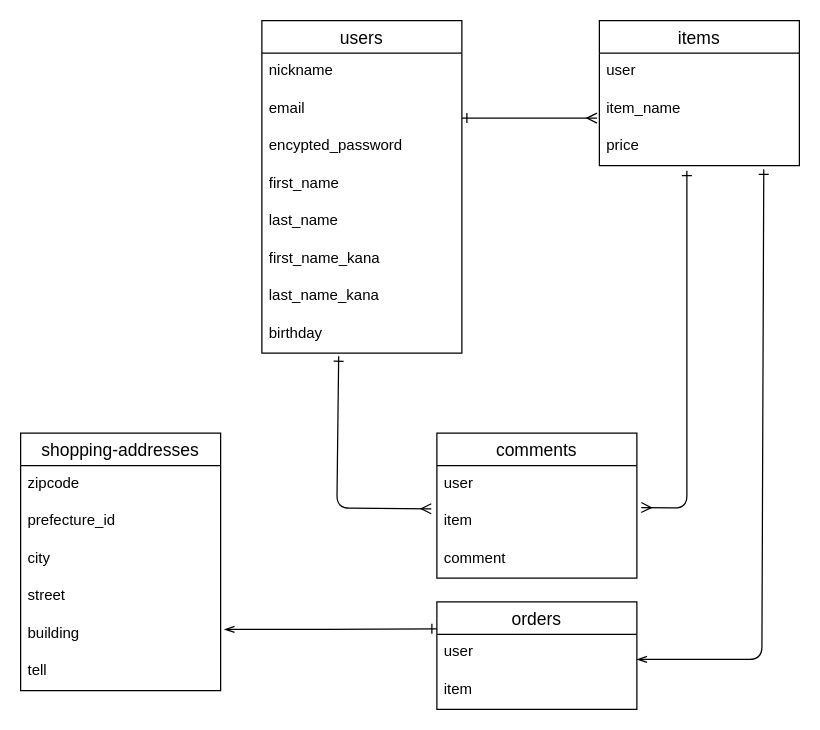
Above: test.dio in manami0624/furima-39355 (draw.io), before the change. Source tidied: cells renumbered, new cells numbered last; positions are measured from the earlier drawing's top-left corner, leaving out a move shared by most shapes. Both pictures are drawn from the tidied source at 125%, with x=0, y=0 at pixel (20, 20).
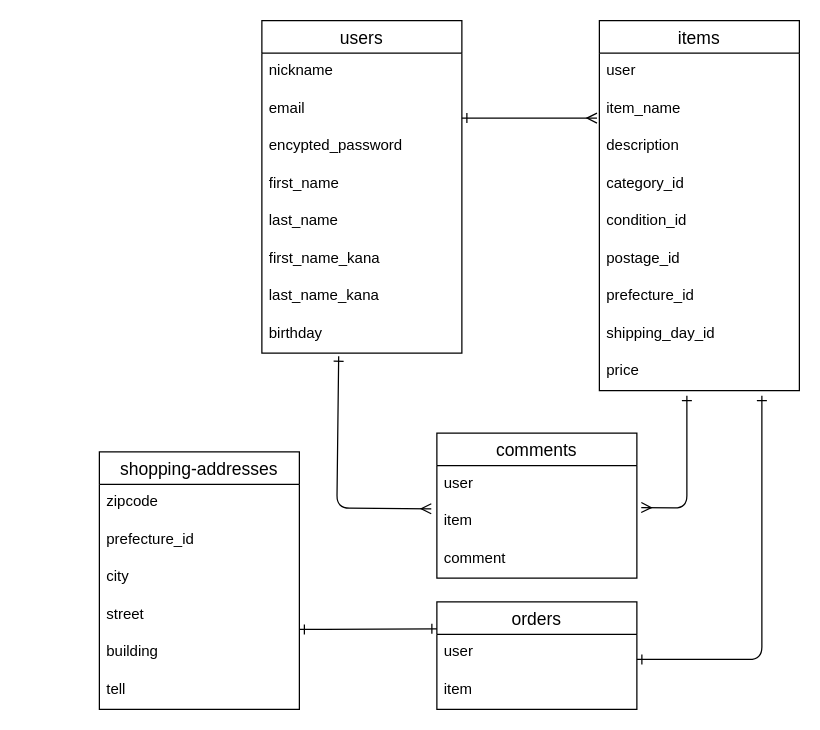
Above is the later version.

The change refers to these unchanged cells:
```xml
<mxCell id="7" value="item" style="text;strokeColor=none;fillColor=none;spacingLeft=4;spacingRight=4;overflow=hidden;points=[[0,0.5],[1,0.5]];portConstraint=eastwest;fontSize=12;" parent="5" vertex="1">
  <mxGeometry y="56" width="160" height="30" as="geometry" />
</mxCell>
<mxCell id="22" value="orders" style="swimlane;fontStyle=0;horizontal=1;startSize=26;align=center;fontSize=14;" parent="1" vertex="1">
  <mxGeometry x="333" y="465" width="160" height="86" as="geometry" />
</mxCell>
```

Diff of the diagram source:
```diff
@@
     <mxCell id="4" style="edgeStyle=none;html=1;startArrow=ERone;startFill=0;endArrow=ERmany;endFill=0;entryX=1.022;entryY=0.117;entryDx=0;entryDy=0;entryPerimeter=0;" parent="1" edge="1" target="7">
       <mxGeometry relative="1" as="geometry">
-        <mxPoint x="533" y="120" as="sourcePoint" />
+        <mxPoint x="533" y="300" as="sourcePoint" />
         <Array as="points">
           <mxPoint x="533" y="390" />
         </Array>
       </mxGeometry>
     </mxCell>
@@
     <mxCell id="9" value="items" style="swimlane;fontStyle=0;horizontal=1;startSize=26;align=center;fontSize=14;" parent="1" vertex="1">
-      <mxGeometry x="463" width="160" height="116" as="geometry" />
+      <mxGeometry x="463" width="160" height="296" as="geometry" />
     </mxCell>
@@
-    <mxCell id="12" value="price" style="text;strokeColor=none;fillColor=none;spacingLeft=4;spacingRight=4;overflow=hidden;points=[[0,0.5],[1,0.5]];portConstraint=eastwest;fontSize=12;" parent="9" vertex="1">
+    <mxCell id="12" value="description" style="text;strokeColor=none;fillColor=none;spacingLeft=4;spacingRight=4;overflow=hidden;points=[[0,0.5],[1,0.5]];portConstraint=eastwest;fontSize=12;" parent="9" vertex="1">
       <mxGeometry y="86" width="160" height="30" as="geometry" />
     </mxCell>
+    <mxCell id="34" value="category_id" style="text;strokeColor=none;fillColor=none;spacingLeft=4;spacingRight=4;overflow=hidden;fontSize=12;" parent="9" vertex="1">
+      <mxGeometry y="116" width="160" height="30" as="geometry" />
+    </mxCell>
+    <mxCell id="35" value="condition_id" style="text;strokeColor=none;fillColor=none;spacingLeft=4;spacingRight=4;overflow=hidden;fontSize=12;" parent="9" vertex="1">
+      <mxGeometry y="146" width="160" height="30" as="geometry" />
+    </mxCell>
+    <mxCell id="36" value="postage_id" style="text;strokeColor=none;fillColor=none;spacingLeft=4;spacingRight=4;overflow=hidden;fontSize=12;" parent="9" vertex="1">
+      <mxGeometry y="176" width="160" height="30" as="geometry" />
+    </mxCell>
+    <mxCell id="37" value="prefecture_id" style="text;strokeColor=none;fillColor=none;spacingLeft=4;spacingRight=4;overflow=hidden;fontSize=12;" parent="9" vertex="1">
+      <mxGeometry y="206" width="160" height="30" as="geometry" />
+    </mxCell>
+    <mxCell id="38" value="shipping_day_id" style="text;strokeColor=none;fillColor=none;spacingLeft=4;spacingRight=4;overflow=hidden;fontSize=12;" parent="9" vertex="1">
+      <mxGeometry y="236" width="160" height="30" as="geometry" />
+    </mxCell>
+    <mxCell id="39" value="price" style="text;strokeColor=none;fillColor=none;spacingLeft=4;spacingRight=4;overflow=hidden;fontSize=12;" parent="9" vertex="1">
+      <mxGeometry y="266" width="160" height="30" as="geometry" />
+    </mxCell>
@@
     <mxCell id="25" value="shopping-addresses" style="swimlane;fontStyle=0;horizontal=1;startSize=26;align=center;fontSize=14;" parent="1" vertex="1">
-      <mxGeometry y="330" width="160" height="206" as="geometry" />
+      <mxGeometry x="63" y="345" width="160" height="206" as="geometry" />
     </mxCell>
@@
-    <mxCell id="32" style="edgeStyle=none;html=1;startArrow=ERone;startFill=0;endArrow=openThin;endFill=0;entryX=1;entryY=0.5;entryDx=0;entryDy=0;exitX=0.822;exitY=1.1;exitDx=0;exitDy=0;exitPerimeter=0;" parent="1" edge="1" source="12">
+    <mxCell id="32" style="edgeStyle=none;html=1;startArrow=ERone;startFill=0;endArrow=ERone;endFill=0;entryX=1;entryY=0.5;entryDx=0;entryDy=0;" parent="1" edge="1">
       <mxGeometry relative="1" as="geometry">
+        <mxPoint x="593" y="300" as="sourcePoint" />
         <mxPoint x="493" y="511" as="targetPoint" />
         <Array as="points">
           <mxPoint x="593" y="511" />
         </Array>
       </mxGeometry>
     </mxCell>
-    <mxCell id="33" style="edgeStyle=none;html=1;startArrow=ERone;startFill=0;endArrow=openThin;endFill=0;exitX=0;exitY=0.25;exitDx=0;exitDy=0;" parent="1" edge="1" source="22">
+    <mxCell id="33" style="edgeStyle=none;html=1;startArrow=ERone;startFill=0;endArrow=ERone;endFill=0;exitX=0;exitY=0.25;exitDx=0;exitDy=0;" parent="1" edge="1" source="22">
       <mxGeometry relative="1" as="geometry">
-        <mxPoint x="163" y="487" as="targetPoint" />
+        <mxPoint x="223" y="487" as="targetPoint" />
         <Array as="points">
           <mxPoint x="233" y="487" />
         </Array>
       </mxGeometry>
     </mxCell>
```
